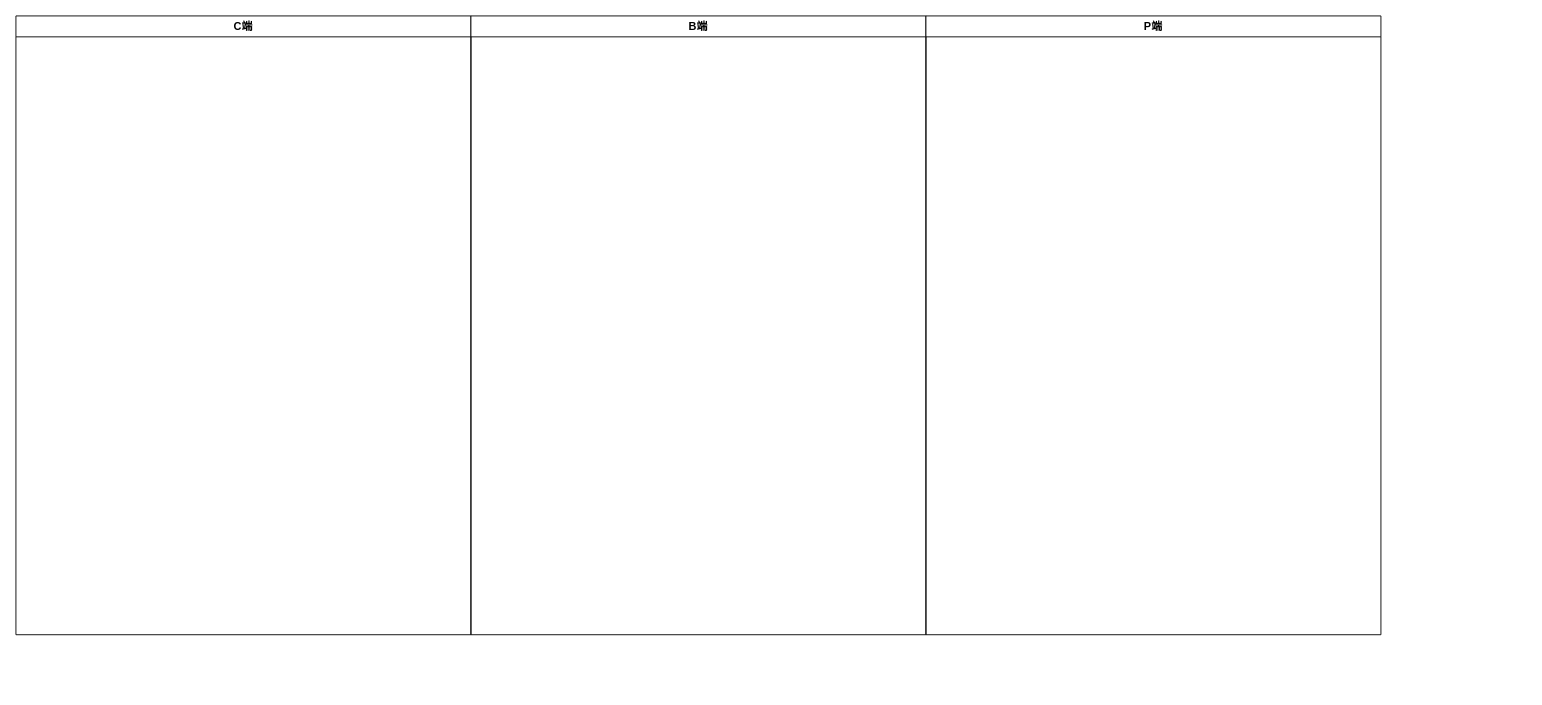
This is 活动.drawio from KZ137onethe/hello-world, a draw.io file, before an edit. Source tidied: cells renumbered, new cells numbered last; positions are measured from the earlier drawing's top-left corner, leaving out a move shared by most shapes. Both pictures are drawn from the tidied source at 91%, with x=0, y=0 at pixel (15, 15).
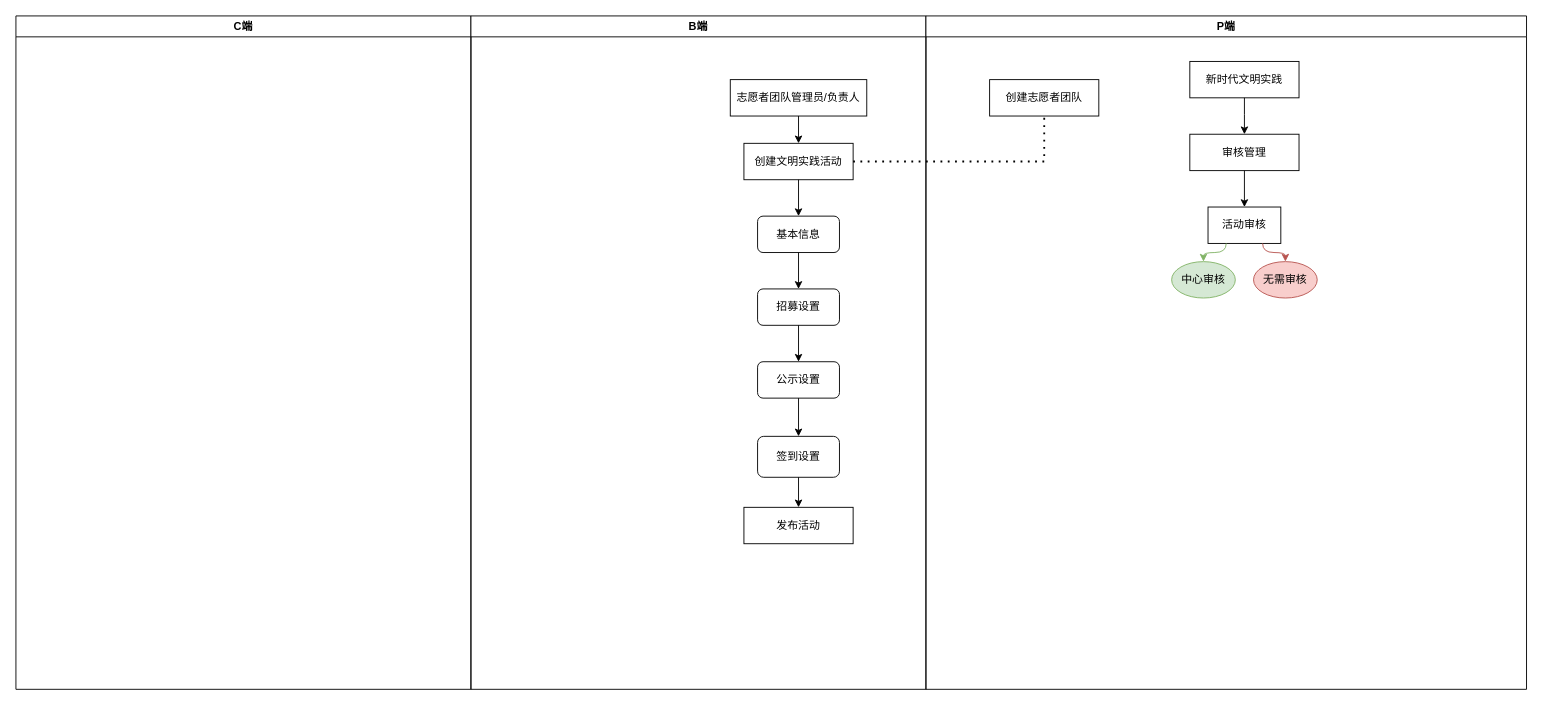
Above is the later version.

What changed in the source:
```diff
@@
     <mxCell id="2" value="C端" style="swimlane;" parent="1" vertex="1">
-      <mxGeometry width="500" height="680" as="geometry" />
+      <mxGeometry width="500" height="740" as="geometry" />
     </mxCell>
     <mxCell id="3" value="B端" style="swimlane;" parent="1" vertex="1">
-      <mxGeometry x="500" width="500" height="680" as="geometry" />
+      <mxGeometry x="500" width="500" height="740" as="geometry" />
     </mxCell>
+    <mxCell id="5" value="志愿者团队管理员/负责人" style="rounded=0;whiteSpace=wrap;html=1;" parent="3" vertex="1">
+      <mxGeometry x="285" y="70" width="150" height="40" as="geometry" />
+    </mxCell>
+    <mxCell id="6" value="创建文明实践活动" style="rounded=0;whiteSpace=wrap;html=1;" parent="3" vertex="1">
+      <mxGeometry x="300" y="140" width="120" height="40" as="geometry" />
+    </mxCell>
+    <mxCell id="7" style="endArrow=classic;html=1;rounded=0;exitX=0.5;exitY=1;exitDx=0;exitDy=0;entryX=0.5;entryY=0;entryDx=0;entryDy=0;" parent="3" edge="1" source="5" target="6">
+      <mxGeometry relative="1" as="geometry" />
+    </mxCell>
+    <mxCell id="8" value="基本信息" style="rounded=1;whiteSpace=wrap;html=1;" parent="3" vertex="1">
+      <mxGeometry x="315" y="220" width="90" height="40" as="geometry" />
+    </mxCell>
+    <mxCell id="9" value="公示设置" style="rounded=1;whiteSpace=wrap;html=1;" parent="3" vertex="1">
+      <mxGeometry x="315" y="380" width="90" height="40" as="geometry" />
+    </mxCell>
+    <mxCell id="10" value="签到设置" style="rounded=1;whiteSpace=wrap;html=1;" parent="3" vertex="1">
+      <mxGeometry x="315" y="462" width="90" height="45" as="geometry" />
+    </mxCell>
+    <mxCell id="11" style="endArrow=classic;html=1;rounded=0;exitX=0.5;exitY=1;exitDx=0;exitDy=0;entryX=0.5;entryY=0;entryDx=0;entryDy=0;" parent="3" edge="1" source="6" target="8">
+      <mxGeometry relative="1" as="geometry" />
+    </mxCell>
+    <mxCell id="12" style="endArrow=classic;html=1;rounded=0;exitX=0.5;exitY=1;exitDx=0;exitDy=0;entryX=0.5;entryY=0;entryDx=0;entryDy=0;" parent="3" edge="1" source="9" target="10">
+      <mxGeometry relative="1" as="geometry" />
+    </mxCell>
+    <mxCell id="13" value="发布活动" style="rounded=0;whiteSpace=wrap;html=1;" parent="3" vertex="1">
+      <mxGeometry x="300" y="540" width="120" height="40" as="geometry" />
+    </mxCell>
+    <mxCell id="14" style="endArrow=classic;html=1;rounded=0;exitX=0.5;exitY=1;exitDx=0;exitDy=0;entryX=0.5;entryY=0;entryDx=0;entryDy=0;" parent="3" edge="1" source="10" target="13">
+      <mxGeometry relative="1" as="geometry" />
+    </mxCell>
     <mxCell id="4" value="P端" style="swimlane;" parent="1" vertex="1">
-      <mxGeometry x="1000" width="500" height="680" as="geometry" />
+      <mxGeometry x="1000" width="660" height="740" as="geometry" />
     </mxCell>
+    <mxCell id="15" value="创建志愿者团队" style="rounded=0;whiteSpace=wrap;html=1;" parent="4" vertex="1">
+      <mxGeometry x="70" y="70" width="120" height="40" as="geometry" />
+    </mxCell>
+    <mxCell id="16" value="新时代文明实践" style="rounded=0;whiteSpace=wrap;html=1;" parent="4" vertex="1">
+      <mxGeometry x="290" y="50" width="120" height="40" as="geometry" />
+    </mxCell>
+    <mxCell id="17" value="审核管理" style="rounded=0;whiteSpace=wrap;html=1;" parent="4" vertex="1">
+      <mxGeometry x="290" y="130" width="120" height="40" as="geometry" />
+    </mxCell>
+    <mxCell id="18" value="活动审核" style="rounded=0;whiteSpace=wrap;html=1;" parent="4" vertex="1">
+      <mxGeometry x="310" y="210" width="80" height="40" as="geometry" />
+    </mxCell>
+    <mxCell id="19" style="endArrow=classic;html=1;rounded=0;exitX=0.5;exitY=1;exitDx=0;exitDy=0;" parent="4" edge="1" source="17" target="18">
+      <mxGeometry relative="1" as="geometry" />
+    </mxCell>
+    <mxCell id="20" value="中心审核" style="ellipse;whiteSpace=wrap;html=1;fillColor=#d5e8d4;strokeColor=#82b366;" parent="4" vertex="1">
+      <mxGeometry x="270" y="270" width="70" height="40" as="geometry" />
+    </mxCell>
+    <mxCell id="21" value="无需审核" style="ellipse;whiteSpace=wrap;html=1;fillColor=#f8cecc;strokeColor=#b85450;" parent="4" vertex="1">
+      <mxGeometry x="360" y="270" width="70" height="40" as="geometry" />
+    </mxCell>
+    <mxCell id="22" style="endArrow=classic;html=1;rounded=0;exitX=0.25;exitY=1;exitDx=0;exitDy=0;entryX=0.5;entryY=0;entryDx=0;entryDy=0;edgeStyle=orthogonalEdgeStyle;curved=1;fillColor=#d5e8d4;strokeColor=#82b366;" parent="4" edge="1" source="18" target="20">
+      <mxGeometry relative="1" as="geometry" />
+    </mxCell>
+    <mxCell id="23" style="endArrow=classic;html=1;rounded=0;exitX=0.75;exitY=1;exitDx=0;exitDy=0;entryX=0.5;entryY=0;entryDx=0;entryDy=0;edgeStyle=orthogonalEdgeStyle;curved=1;fillColor=#f8cecc;strokeColor=#b85450;" parent="4" edge="1" source="18" target="21">
+      <mxGeometry relative="1" as="geometry" />
+    </mxCell>
+    <mxCell id="24" style="endArrow=none;dashed=1;html=1;dashPattern=1 3;strokeWidth=2;rounded=0;exitX=1;exitY=0.5;exitDx=0;exitDy=0;entryX=0.5;entryY=1;entryDx=0;entryDy=0;" parent="1" edge="1" source="6" target="15">
+      <mxGeometry relative="1" as="geometry">
+        <Array as="points">
+          <mxPoint x="1130" y="160" />
+        </Array>
+      </mxGeometry>
+    </mxCell>
+    <mxCell id="25" style="endArrow=classic;html=1;rounded=0;exitX=0.5;exitY=1;exitDx=0;exitDy=0;edgeStyle=orthogonalEdgeStyle;curved=1;" parent="1" edge="1" source="16">
+      <mxGeometry relative="1" as="geometry">
+        <mxPoint x="1350" y="130" as="targetPoint" />
+      </mxGeometry>
+    </mxCell>
+    <mxCell id="26" style="endArrow=classic;html=1;rounded=0;exitX=0.5;exitY=1;exitDx=0;exitDy=0;fillColor=#e1d5e7;strokeColor=#9673a6;startArrow=none;" parent="1" edge="1" source="27">
+      <mxGeometry relative="1" as="geometry">
+        <mxPoint x="860" y="320" as="targetPoint" />
+      </mxGeometry>
+    </mxCell>
+    <mxCell id="27" value="招募设置" style="rounded=1;whiteSpace=wrap;html=1;" parent="1" vertex="1">
+      <mxGeometry x="815" y="300" width="90" height="40" as="geometry" />
+    </mxCell>
+    <mxCell id="28" style="endArrow=classic;html=1;rounded=0;exitX=0.5;exitY=1;exitDx=0;exitDy=0;" parent="1" edge="1" source="8" target="27">
+      <mxGeometry relative="1" as="geometry" />
+    </mxCell>
+    <mxCell id="29" style="endArrow=classic;html=1;rounded=0;exitX=0.5;exitY=1;exitDx=0;exitDy=0;entryX=0.5;entryY=0;entryDx=0;entryDy=0;" parent="1" edge="1" source="27" target="9">
+      <mxGeometry relative="1" as="geometry" />
+    </mxCell>
```
